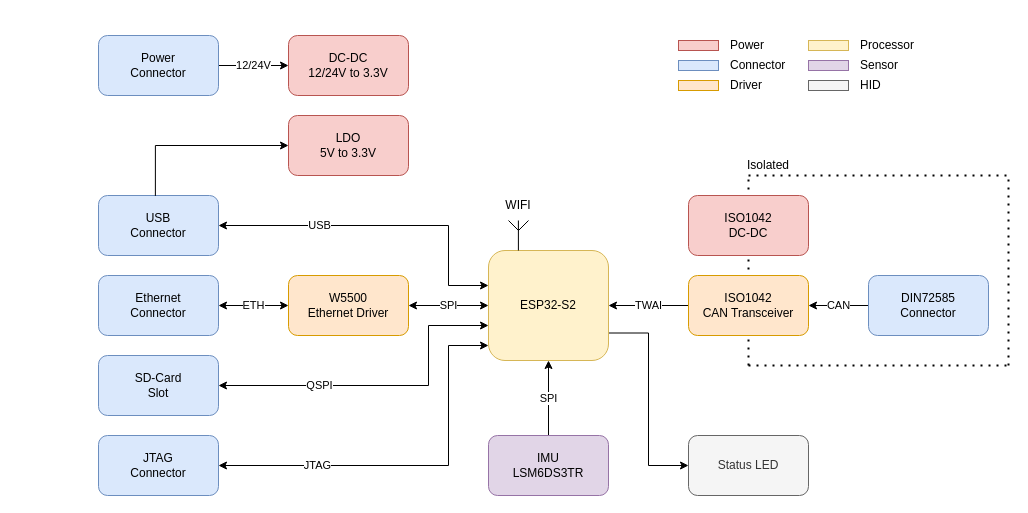
The draw.io diagram hardware/fleet_monitor_hardware.drawio in SA-OST-2021/fleet-monitor-docs, before the edit. Source tidied: cells renumbered, new cells numbered last; positions are measured from the earlier drawing's top-left corner, leaving out a move shared by most shapes. Both pictures are drawn from the tidied source at 100%, with x=0, y=0 at pixel (98, 35).
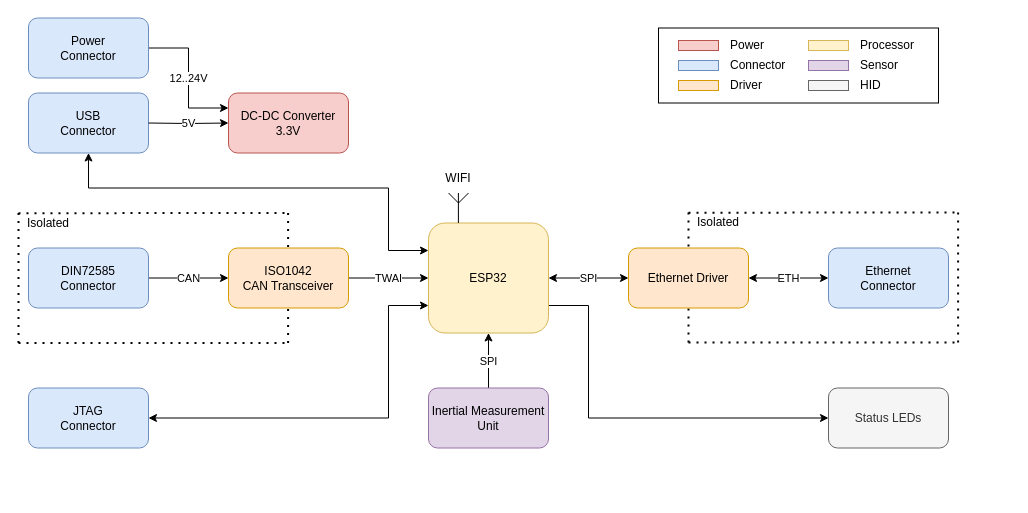
Above is the later version.

The edit, as a diff of the source:
```diff
@@
-    <mxCell id="2" style="endArrow=none;dashed=1;html=1;dashPattern=1 3;strokeWidth=2;" parent="1" edge="1">
-      <mxGeometry relative="1" as="geometry">
-        <mxPoint x="650" y="330" as="sourcePoint" />
-        <mxPoint x="650" y="140" as="targetPoint" />
-      </mxGeometry>
-    </mxCell>
+    <mxCell id="48" style="endArrow=none;dashed=1;html=1;dashPattern=1 3;strokeWidth=2;" parent="1" edge="1">
+      <mxGeometry relative="1" as="geometry">
+        <mxPoint x="590" y="307" as="sourcePoint" />
+        <mxPoint x="590" y="177" as="targetPoint" />
+      </mxGeometry>
+    </mxCell>
+    <mxCell id="49" style="endArrow=none;dashed=1;html=1;dashPattern=1 3;strokeWidth=2;" parent="1" edge="1">
+      <mxGeometry relative="1" as="geometry">
+        <mxPoint x="189.6" y="307.5" as="sourcePoint" />
+        <mxPoint x="189.6" y="177.5" as="targetPoint" />
+      </mxGeometry>
+    </mxCell>
+    <mxCell id="50" style="rounded=0;whiteSpace=wrap;html=1;" parent="1" vertex="1">
+      <mxGeometry x="560" y="-7.5" width="280" height="75" as="geometry" />
+    </mxCell>
@@
     <mxCell id="4" style="edgeStyle=orthogonalEdgeStyle;rounded=0;jettySize=auto;html=1;exitX=1;exitY=0.75;exitDx=0;exitDy=0;entryX=0;entryY=0.5;entryDx=0;entryDy=0;startArrow=none;startFill=0;endArrow=classic;endFill=1;" parent="1" edge="1" source="5" target="31">
-      <mxGeometry relative="1" as="geometry" />
+      <mxGeometry relative="1" as="geometry">
+        <Array as="points">
+          <mxPoint x="490" y="270.5" />
+          <mxPoint x="490" y="382.5" />
+        </Array>
+      </mxGeometry>
     </mxCell>
+    <mxCell id="10" value="SPI" style="edgeStyle=orthogonalEdgeStyle;rounded=0;jettySize=auto;html=1;exitX=1;exitY=0.5;exitDx=0;exitDy=0;entryX=0;entryY=0.5;entryDx=0;entryDy=0;startArrow=classic;startFill=1;endArrow=classic;endFill=1;" parent="1" edge="1" source="5" target="58">
+      <mxGeometry relative="1" as="geometry" />
+    </mxCell>
-    <mxCell id="5" value="ESP32-S2" style="rounded=1;whiteSpace=wrap;html=1;fillColor=#fff2cc;strokeColor=#d6b656;" parent="1" vertex="1">
-      <mxGeometry x="390" y="215" width="120" height="110" as="geometry" />
+    <mxCell id="5" value="ESP32" style="rounded=1;whiteSpace=wrap;html=1;fillColor=#fff2cc;strokeColor=#d6b656;" parent="1" vertex="1">
+      <mxGeometry x="330" y="187.5" width="120" height="110" as="geometry" />
     </mxCell>
-    <mxCell id="6" value="TWAI" style="edgeStyle=orthogonalEdgeStyle;rounded=0;jettySize=auto;html=1;exitX=0;exitY=0.5;exitDx=0;exitDy=0;entryX=1;entryY=0.5;entryDx=0;entryDy=0;startArrow=none;startFill=0;endArrow=classic;endFill=1;" parent="1" edge="1" source="7" target="5">
-      <mxGeometry relative="1" as="geometry" />
-    </mxCell>
-    <mxCell id="7" value="ISO1042&lt;br&gt;CAN Transceiver" style="rounded=1;whiteSpace=wrap;html=1;fillColor=#ffe6cc;strokeColor=#d79b00;" parent="1" vertex="1">
-      <mxGeometry x="590" y="240" width="120" height="60" as="geometry" />
-    </mxCell>
-    <mxCell id="8" value="QSPI" style="edgeStyle=orthogonalEdgeStyle;rounded=0;jettySize=auto;html=1;exitX=1;exitY=0.5;exitDx=0;exitDy=0;startArrow=classic;startFill=1;endArrow=classic;endFill=1;" parent="1" edge="1" source="9">
-      <mxGeometry x="-0.39" relative="1" as="geometry">
-        <mxPoint x="390" y="290" as="targetPoint" />
-        <Array as="points">
-          <mxPoint x="330" y="350" />
-          <mxPoint x="330" y="290" />
-        </Array>
-      </mxGeometry>
-    </mxCell>
-    <mxCell id="9" value="SD-Card&lt;br&gt;Slot" style="rounded=1;whiteSpace=wrap;html=1;fillColor=#dae8fc;strokeColor=#6c8ebf;" parent="1" vertex="1">
-      <mxGeometry y="320" width="120" height="60" as="geometry" />
-    </mxCell>
-    <mxCell id="10" value="SPI" style="edgeStyle=orthogonalEdgeStyle;rounded=0;jettySize=auto;html=1;exitX=1;exitY=0.5;exitDx=0;exitDy=0;startArrow=classic;startFill=1;" parent="1" edge="1" source="12">
-      <mxGeometry relative="1" as="geometry">
-        <mxPoint x="390" y="270" as="targetPoint" />
-      </mxGeometry>
-    </mxCell>
-    <mxCell id="11" value="ETH" style="edgeStyle=orthogonalEdgeStyle;rounded=0;jettySize=auto;html=1;exitX=0;exitY=0.5;exitDx=0;exitDy=0;entryX=1;entryY=0.5;entryDx=0;entryDy=0;startArrow=classic;startFill=1;endArrow=classic;endFill=1;" parent="1" edge="1" source="12" target="18">
-      <mxGeometry relative="1" as="geometry" />
-    </mxCell>
-    <mxCell id="12" value="W5500&lt;br&gt;Ethernet Driver" style="rounded=1;whiteSpace=wrap;html=1;fillColor=#ffe6cc;strokeColor=#d79b00;" parent="1" vertex="1">
-      <mxGeometry x="190" y="240" width="120" height="60" as="geometry" />
-    </mxCell>
-    <mxCell id="13" value="DC-DC&lt;br&gt;12/24V to 3.3V" style="rounded=1;whiteSpace=wrap;html=1;fillColor=#f8cecc;strokeColor=#b85450;" parent="1" vertex="1">
-      <mxGeometry x="190" width="120" height="60" as="geometry" />
+    <mxCell id="13" value="DC-DC Converter&lt;br&gt;3.3V" style="rounded=1;whiteSpace=wrap;html=1;fillColor=#f8cecc;strokeColor=#b85450;" parent="1" vertex="1">
+      <mxGeometry x="130" y="57.5" width="120" height="60" as="geometry" />
     </mxCell>
-    <mxCell id="14" value="ISO1042&lt;br&gt;DC-DC" style="rounded=1;whiteSpace=wrap;html=1;fillColor=#f8cecc;strokeColor=#b85450;" parent="1" vertex="1">
-      <mxGeometry x="590" y="160" width="120" height="60" as="geometry" />
-    </mxCell>
-    <mxCell id="15" value="USB" style="edgeStyle=orthogonalEdgeStyle;rounded=0;jettySize=auto;html=1;exitX=1;exitY=0.5;exitDx=0;exitDy=0;startArrow=classic;startFill=1;" parent="1" edge="1" source="16">
-      <mxGeometry x="-0.39" relative="1" as="geometry">
-        <mxPoint x="390" y="250" as="targetPoint" />
-        <Array as="points">
-          <mxPoint x="350" y="190" />
-          <mxPoint x="350" y="250" />
-        </Array>
-      </mxGeometry>
-    </mxCell>
+    <mxCell id="51" style="edgeStyle=orthogonalEdgeStyle;rounded=0;jettySize=auto;html=1;exitX=0.5;exitY=1;exitDx=0;exitDy=0;entryX=0;entryY=0.25;entryDx=0;entryDy=0;startArrow=classic;startFill=1;endArrow=classic;endFill=1;" parent="1" edge="1" source="16" target="5">
+      <mxGeometry relative="1" as="geometry">
+        <Array as="points">
+          <mxPoint x="-10" y="152.5" />
+          <mxPoint x="290" y="152.5" />
+          <mxPoint x="290" y="214.5" />
+        </Array>
+      </mxGeometry>
+    </mxCell>
     <mxCell id="16" value="USB&lt;br&gt;Connector" style="rounded=1;whiteSpace=wrap;html=1;fillColor=#dae8fc;strokeColor=#6c8ebf;" parent="1" vertex="1">
-      <mxGeometry y="160" width="120" height="60" as="geometry" />
+      <mxGeometry x="-70" y="57.5" width="120" height="60" as="geometry" />
     </mxCell>
-    <mxCell id="17" value="IMU&lt;br&gt;LSM6DS3TR" style="rounded=1;whiteSpace=wrap;html=1;fillColor=#e1d5e7;strokeColor=#9673a6;" parent="1" vertex="1">
-      <mxGeometry x="390" y="400" width="120" height="60" as="geometry" />
+    <mxCell id="17" value="Inertial Measurement Unit" style="rounded=1;whiteSpace=wrap;html=1;fillColor=#e1d5e7;strokeColor=#9673a6;" parent="1" vertex="1">
+      <mxGeometry x="330" y="352.5" width="120" height="60" as="geometry" />
     </mxCell>
-    <mxCell id="18" value="Ethernet&lt;br&gt;Connector" style="rounded=1;whiteSpace=wrap;html=1;fillColor=#dae8fc;strokeColor=#6c8ebf;" parent="1" vertex="1">
-      <mxGeometry y="240" width="120" height="60" as="geometry" />
-    </mxCell>
     <mxCell id="19" style="endArrow=none;html=1;" parent="1" edge="1">
       <mxGeometry relative="1" as="geometry">
-        <mxPoint x="419.9" y="215" as="sourcePoint" />
-        <mxPoint x="419.9" y="185" as="targetPoint" />
+        <mxPoint x="359.9" y="187.5" as="sourcePoint" />
+        <mxPoint x="359.9" y="157.5" as="targetPoint" />
       </mxGeometry>
     </mxCell>
     <mxCell id="20" style="endArrow=none;html=1;" parent="1" edge="1">
       <mxGeometry relative="1" as="geometry">
-        <mxPoint x="420" y="195" as="sourcePoint" />
-        <mxPoint x="430" y="185" as="targetPoint" />
+        <mxPoint x="360" y="167.5" as="sourcePoint" />
+        <mxPoint x="370" y="157.5" as="targetPoint" />
       </mxGeometry>
     </mxCell>
     <mxCell id="21" style="endArrow=none;html=1;" parent="1" edge="1">
       <mxGeometry relative="1" as="geometry">
-        <mxPoint x="420" y="195" as="sourcePoint" />
-        <mxPoint x="410" y="185" as="targetPoint" />
+        <mxPoint x="360" y="167.5" as="sourcePoint" />
+        <mxPoint x="350" y="157.5" as="targetPoint" />
       </mxGeometry>
     </mxCell>
     <mxCell id="22" value="WIFI" style="text;html=1;strokeColor=none;fillColor=none;align=center;verticalAlign=middle;whiteSpace=wrap;rounded=0;" parent="1" vertex="1">
-      <mxGeometry x="400" y="160" width="40" height="20" as="geometry" />
+      <mxGeometry x="340" y="132.5" width="40" height="20" as="geometry" />
     </mxCell>
-    <mxCell id="23" value="CAN" style="edgeStyle=orthogonalEdgeStyle;rounded=0;jettySize=auto;html=1;exitX=0;exitY=0.5;exitDx=0;exitDy=0;entryX=1;entryY=0.5;entryDx=0;entryDy=0;startArrow=none;startFill=0;endArrow=classic;endFill=1;" parent="1" edge="1" source="24" target="7">
-      <mxGeometry relative="1" as="geometry" />
-    </mxCell>
-    <mxCell id="24" value="DIN72585&lt;br&gt;Connector" style="rounded=1;whiteSpace=wrap;html=1;fillColor=#dae8fc;strokeColor=#6c8ebf;" parent="1" vertex="1">
-      <mxGeometry x="770" y="240" width="120" height="60" as="geometry" />
-    </mxCell>
-    <mxCell id="25" style="endArrow=none;dashed=1;html=1;dashPattern=1 3;strokeWidth=2;" parent="1" edge="1">
-      <mxGeometry relative="1" as="geometry">
-        <mxPoint x="650" y="330" as="sourcePoint" />
-        <mxPoint x="910" y="330" as="targetPoint" />
-      </mxGeometry>
-    </mxCell>
-    <mxCell id="26" style="endArrow=none;dashed=1;html=1;dashPattern=1 3;strokeWidth=2;" parent="1" edge="1">
-      <mxGeometry relative="1" as="geometry">
-        <mxPoint x="650" y="140" as="sourcePoint" />
-        <mxPoint x="910" y="140" as="targetPoint" />
-      </mxGeometry>
-    </mxCell>
-    <mxCell id="27" style="endArrow=none;dashed=1;html=1;dashPattern=1 3;strokeWidth=2;" parent="1" edge="1">
-      <mxGeometry relative="1" as="geometry">
-        <mxPoint x="910" y="330" as="sourcePoint" />
-        <mxPoint x="910" y="140" as="targetPoint" />
-      </mxGeometry>
-    </mxCell>
-    <mxCell id="28" value="Isolated" style="text;html=1;strokeColor=none;fillColor=none;align=center;verticalAlign=middle;whiteSpace=wrap;rounded=0;" parent="1" vertex="1">
-      <mxGeometry x="650" y="120" width="40" height="20" as="geometry" />
-    </mxCell>
-    <mxCell id="29" value="12/24V" style="edgeStyle=orthogonalEdgeStyle;rounded=0;jettySize=auto;html=1;exitX=1;exitY=0.5;exitDx=0;exitDy=0;entryX=0;entryY=0.5;entryDx=0;entryDy=0;startArrow=none;startFill=0;endArrow=classic;endFill=1;" parent="1" edge="1" source="30" target="13">
+    <mxCell id="29" value="12..24V" style="edgeStyle=orthogonalEdgeStyle;rounded=0;jettySize=auto;html=1;exitX=1;exitY=0.5;exitDx=0;exitDy=0;startArrow=none;startFill=0;endArrow=classic;endFill=1;entryX=0;entryY=0.25;entryDx=0;entryDy=0;" parent="1" edge="1" source="30" target="13">
       <mxGeometry relative="1" as="geometry" />
     </mxCell>
     <mxCell id="30" value="Power&lt;br&gt;Connector" style="rounded=1;whiteSpace=wrap;html=1;fillColor=#dae8fc;strokeColor=#6c8ebf;" parent="1" vertex="1">
-      <mxGeometry width="120" height="60" as="geometry" />
+      <mxGeometry x="-70" y="-17.5" width="120" height="60" as="geometry" />
     </mxCell>
-    <mxCell id="31" value="Status LED" style="rounded=1;whiteSpace=wrap;html=1;fillColor=#f5f5f5;strokeColor=#666666;fontColor=#333333;" parent="1" vertex="1">
-      <mxGeometry x="590" y="400" width="120" height="60" as="geometry" />
+    <mxCell id="31" value="Status LEDs" style="rounded=1;whiteSpace=wrap;html=1;fillColor=#f5f5f5;strokeColor=#666666;fontColor=#333333;" parent="1" vertex="1">
+      <mxGeometry x="730" y="352.5" width="120" height="60" as="geometry" />
     </mxCell>
-    <mxCell id="32" value="JTAG" style="edgeStyle=orthogonalEdgeStyle;rounded=0;jettySize=auto;html=1;exitX=1;exitY=0.5;exitDx=0;exitDy=0;startArrow=classic;startFill=1;endArrow=classic;endFill=1;" parent="1" edge="1" source="33">
-      <mxGeometry x="-0.49" relative="1" as="geometry">
-        <mxPoint x="390" y="310" as="targetPoint" />
-        <Array as="points">
-          <mxPoint x="350" y="430" />
-          <mxPoint x="350" y="310" />
-        </Array>
-      </mxGeometry>
-    </mxCell>
+    <mxCell id="52" style="edgeStyle=orthogonalEdgeStyle;rounded=0;jettySize=auto;html=1;exitX=1;exitY=0.5;exitDx=0;exitDy=0;entryX=0;entryY=0.75;entryDx=0;entryDy=0;startArrow=classic;startFill=1;endArrow=classic;endFill=1;" parent="1" edge="1" source="33" target="5">
+      <mxGeometry relative="1" as="geometry">
+        <Array as="points">
+          <mxPoint x="290" y="382.5" />
+          <mxPoint x="290" y="270.5" />
+        </Array>
+      </mxGeometry>
+    </mxCell>
     <mxCell id="33" value="JTAG&lt;br&gt;Connector" style="rounded=1;whiteSpace=wrap;html=1;fillColor=#dae8fc;strokeColor=#6c8ebf;" parent="1" vertex="1">
-      <mxGeometry y="400" width="120" height="60" as="geometry" />
+      <mxGeometry x="-70" y="352.5" width="120" height="60" as="geometry" />
     </mxCell>
-    <mxCell id="34" style="edgeStyle=orthogonalEdgeStyle;rounded=0;jettySize=auto;html=1;exitX=0;exitY=0.5;exitDx=0;exitDy=0;entryX=0.474;entryY=0.007;entryDx=0;entryDy=0;entryPerimeter=0;startArrow=classic;startFill=1;endArrow=none;endFill=0;" parent="1" edge="1" source="35" target="16">
-      <mxGeometry relative="1" as="geometry" />
-    </mxCell>
-    <mxCell id="35" value="LDO&lt;br&gt;5V to 3.3V" style="rounded=1;whiteSpace=wrap;html=1;fillColor=#f8cecc;strokeColor=#b85450;" parent="1" vertex="1">
-      <mxGeometry x="190" y="80" width="120" height="60" as="geometry" />
-    </mxCell>
+    <mxCell id="53" value="5V" style="edgeStyle=orthogonalEdgeStyle;rounded=0;jettySize=auto;html=1;exitX=0;exitY=0.5;exitDx=0;exitDy=0;entryX=1;entryY=0.5;entryDx=0;entryDy=0;startArrow=classic;startFill=1;endArrow=none;endFill=0;" parent="1" edge="1" target="16">
+      <mxGeometry relative="1" as="geometry">
+        <mxPoint x="130" y="87.5" as="sourcePoint" />
+      </mxGeometry>
+    </mxCell>
@@
+    <mxCell id="54" style="endArrow=none;dashed=1;html=1;dashPattern=1 3;strokeWidth=2;" parent="1" edge="1">
+      <mxGeometry relative="1" as="geometry">
+        <mxPoint x="-80" y="307.5" as="sourcePoint" />
+        <mxPoint x="-80" y="177.5" as="targetPoint" />
+      </mxGeometry>
+    </mxCell>
+    <mxCell id="55" style="endArrow=none;dashed=1;html=1;dashPattern=1 3;strokeWidth=2;" parent="1" edge="1">
+      <mxGeometry relative="1" as="geometry">
+        <mxPoint x="-80" y="307.5" as="sourcePoint" />
+        <mxPoint x="190" y="307.5" as="targetPoint" />
+      </mxGeometry>
+    </mxCell>
+    <mxCell id="56" style="endArrow=none;dashed=1;html=1;dashPattern=1 3;strokeWidth=2;" parent="1" edge="1">
+      <mxGeometry relative="1" as="geometry">
+        <mxPoint x="-80" y="177.7" as="sourcePoint" />
+        <mxPoint x="190" y="177.5" as="targetPoint" />
+      </mxGeometry>
+    </mxCell>
+    <mxCell id="57" value="Isolated" style="text;html=1;strokeColor=none;fillColor=none;align=center;verticalAlign=middle;whiteSpace=wrap;rounded=0;" parent="1" vertex="1">
+      <mxGeometry x="-70" y="177.5" width="40" height="20" as="geometry" />
+    </mxCell>
+    <mxCell id="6" value="TWAI" style="edgeStyle=orthogonalEdgeStyle;rounded=0;jettySize=auto;html=1;exitX=1;exitY=0.5;exitDx=0;exitDy=0;entryX=0;entryY=0.5;entryDx=0;entryDy=0;" parent="1" edge="1" source="7" target="5">
+      <mxGeometry relative="1" as="geometry" />
+    </mxCell>
+    <mxCell id="7" value="ISO1042&lt;br&gt;CAN Transceiver" style="rounded=1;whiteSpace=wrap;html=1;fillColor=#ffe6cc;strokeColor=#d79b00;" parent="1" vertex="1">
+      <mxGeometry x="130" y="212.5" width="120" height="60" as="geometry" />
+    </mxCell>
+    <mxCell id="23" value="CAN" style="edgeStyle=orthogonalEdgeStyle;rounded=0;jettySize=auto;html=1;exitX=1;exitY=0.5;exitDx=0;exitDy=0;entryX=0;entryY=0.5;entryDx=0;entryDy=0;" parent="1" edge="1" source="24" target="7">
+      <mxGeometry relative="1" as="geometry" />
+    </mxCell>
+    <mxCell id="24" value="DIN72585&lt;br&gt;Connector" style="rounded=1;whiteSpace=wrap;html=1;fillColor=#dae8fc;strokeColor=#6c8ebf;" parent="1" vertex="1">
+      <mxGeometry x="-70" y="212.5" width="120" height="60" as="geometry" />
+    </mxCell>
+    <mxCell id="11" value="ETH" style="edgeStyle=orthogonalEdgeStyle;rounded=0;jettySize=auto;html=1;exitX=1;exitY=0.5;exitDx=0;exitDy=0;entryX=0;entryY=0.5;entryDx=0;entryDy=0;startArrow=classic;startFill=1;endArrow=classic;endFill=1;" parent="1" edge="1" source="58" target="18">
+      <mxGeometry relative="1" as="geometry" />
+    </mxCell>
+    <mxCell id="58" value="Ethernet Driver" style="rounded=1;whiteSpace=wrap;html=1;fillColor=#ffe6cc;strokeColor=#d79b00;" parent="1" vertex="1">
+      <mxGeometry x="530" y="212.5" width="120" height="60" as="geometry" />
+    </mxCell>
+    <mxCell id="18" value="Ethernet&lt;br&gt;Connector" style="rounded=1;whiteSpace=wrap;html=1;fillColor=#dae8fc;strokeColor=#6c8ebf;" parent="1" vertex="1">
+      <mxGeometry x="730" y="212.5" width="120" height="60" as="geometry" />
+    </mxCell>
+    <mxCell id="59" style="endArrow=none;dashed=1;html=1;dashPattern=1 3;strokeWidth=2;" parent="1" edge="1">
+      <mxGeometry relative="1" as="geometry">
+        <mxPoint x="859.6" y="307" as="sourcePoint" />
+        <mxPoint x="859.6" y="177" as="targetPoint" />
+      </mxGeometry>
+    </mxCell>
+    <mxCell id="60" style="endArrow=none;dashed=1;html=1;dashPattern=1 3;strokeWidth=2;" parent="1" edge="1">
+      <mxGeometry relative="1" as="geometry">
+        <mxPoint x="590" y="307" as="sourcePoint" />
+        <mxPoint x="860" y="307" as="targetPoint" />
+      </mxGeometry>
+    </mxCell>
+    <mxCell id="61" style="endArrow=none;dashed=1;html=1;dashPattern=1 3;strokeWidth=2;" parent="1" edge="1">
+      <mxGeometry relative="1" as="geometry">
+        <mxPoint x="590" y="177.2" as="sourcePoint" />
+        <mxPoint x="860" y="177" as="targetPoint" />
+      </mxGeometry>
+    </mxCell>
+    <mxCell id="62" value="Isolated" style="text;html=1;strokeColor=none;fillColor=none;align=center;verticalAlign=middle;whiteSpace=wrap;rounded=0;" parent="1" vertex="1">
+      <mxGeometry x="600" y="177" width="40" height="20" as="geometry" />
+    </mxCell>
```
